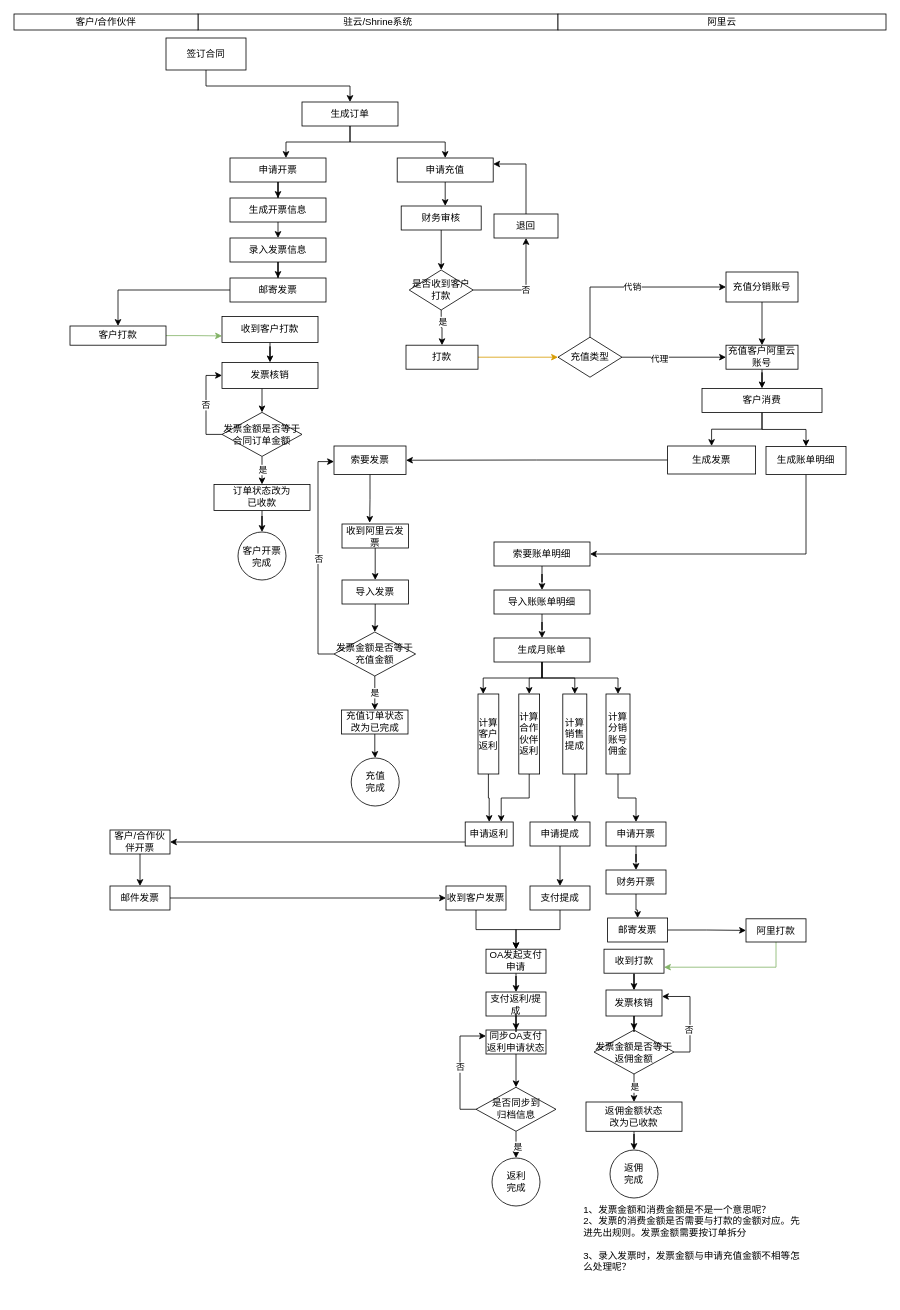
Earlier version of the draw.io diagram shrine-doc/云资源业务流程.drawio (easefulfil/CLOUDCARE). Source tidied: cells renumbered, new cells numbered last; positions are measured from the earlier drawing's top-left corner, leaving out a move shared by most shapes. Both pictures are drawn from the tidied source at 80%, with x=0, y=0 at pixel (14, 14).
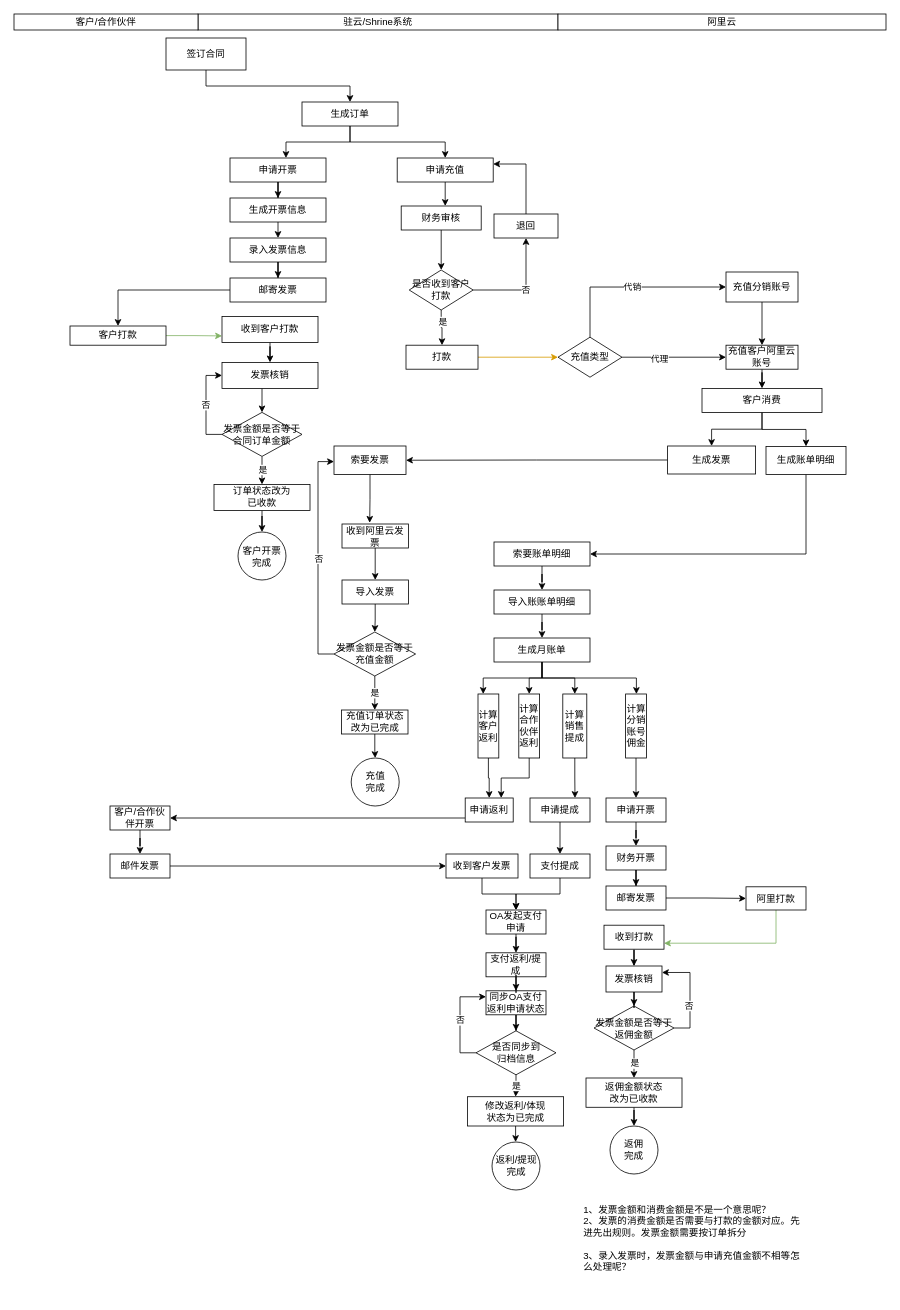
Above is the later version.

Commit message (it also covers changes not shown here):
Update 云资源业务流程.drawio

Change to the diagram source:
```diff
@@
     <mxCell id="48" value="计算分销账号佣金" style="rounded=0;whiteSpace=wrap;html=1;" parent="1" vertex="1">
-      <mxGeometry x="740" y="850" width="30" height="100" as="geometry" />
+      <mxGeometry x="764.5" y="850" width="26" height="80" as="geometry" />
     </mxCell>
@@
     <mxCell id="50" value="计算客户返利" style="rounded=0;whiteSpace=wrap;html=1;" parent="1" vertex="1">
-      <mxGeometry x="580" y="850" width="26" height="100" as="geometry" />
+      <mxGeometry x="580" y="850" width="26" height="80" as="geometry" />
     </mxCell>
@@
     <mxCell id="52" value="计算销售提成" style="rounded=0;whiteSpace=wrap;html=1;" parent="1" vertex="1">
-      <mxGeometry x="686" y="850" width="30" height="100" as="geometry" />
+      <mxGeometry x="686" y="850" width="30" height="80" as="geometry" />
     </mxCell>
@@
-    <mxCell id="54" style="edgeStyle=orthogonalEdgeStyle;rounded=0;jettySize=auto;html=1;entryX=0.5;entryY=0;entryDx=0;entryDy=0;" parent="1" edge="1" target="48">
+    <mxCell id="54" style="edgeStyle=orthogonalEdgeStyle;rounded=0;orthogonalLoop=1;jettySize=auto;html=1;" parent="1" edge="1">
       <mxGeometry relative="1" as="geometry">
         <mxPoint x="660" y="810" as="sourcePoint" />
+        <mxPoint x="778" y="850" as="targetPoint" />
         <Array as="points">
           <mxPoint x="660" y="830" />
-          <mxPoint x="755" y="830" />
+          <mxPoint x="778" y="830" />
         </Array>
       </mxGeometry>
     </mxCell>
@@
     <mxCell id="59" value="计算合作伙伴返利&lt;br&gt;" style="rounded=0;whiteSpace=wrap;html=1;" parent="1" vertex="1">
-      <mxGeometry x="631" y="850" width="26" height="100" as="geometry" />
+      <mxGeometry x="631" y="850" width="26" height="80" as="geometry" />
     </mxCell>
@@
     <mxCell id="61" value="申请开票" style="rounded=0;whiteSpace=wrap;html=1;" parent="1" vertex="1">
-      <mxGeometry x="740" y="1010" width="75" height="30" as="geometry" />
+      <mxGeometry x="740" y="980" width="75" height="30" as="geometry" />
     </mxCell>
     <mxCell id="62" style="edgeStyle=orthogonalEdgeStyle;rounded=0;jettySize=auto;html=1;entryX=1;entryY=0.5;entryDx=0;entryDy=0;" parent="1" edge="1" source="63" target="75">
       <mxGeometry relative="1" as="geometry">
         <Array as="points">
-          <mxPoint x="470" y="1035" />
-          <mxPoint x="470" y="1035" />
+          <mxPoint x="470" y="1005" />
+          <mxPoint x="470" y="1005" />
         </Array>
       </mxGeometry>
     </mxCell>
     <mxCell id="63" value="申请返利" style="rounded=0;whiteSpace=wrap;html=1;" parent="1" vertex="1">
-      <mxGeometry x="564" y="1010" width="60" height="30" as="geometry" />
+      <mxGeometry x="564" y="980" width="60" height="30" as="geometry" />
     </mxCell>
@@
     <mxCell id="65" value="申请提成" style="rounded=0;whiteSpace=wrap;html=1;" parent="1" vertex="1">
-      <mxGeometry x="645" y="1010" width="75" height="30" as="geometry" />
+      <mxGeometry x="645" y="980" width="75" height="30" as="geometry" />
     </mxCell>
@@
     <mxCell id="67" value="财务开票" style="rounded=0;whiteSpace=wrap;html=1;" parent="1" vertex="1">
-      <mxGeometry x="740" y="1070" width="75" height="30" as="geometry" />
+      <mxGeometry x="740" y="1040" width="75" height="30" as="geometry" />
     </mxCell>
@@
     <mxCell id="69" value="邮寄发票" style="rounded=0;whiteSpace=wrap;html=1;" parent="1" vertex="1">
-      <mxGeometry x="742" y="1130" width="75" height="30" as="geometry" />
+      <mxGeometry x="740" y="1090" width="75" height="30" as="geometry" />
     </mxCell>
@@
     <mxCell id="71" value="阿里打款" style="rounded=0;whiteSpace=wrap;html=1;" parent="1" vertex="1">
-      <mxGeometry x="915" y="1131" width="75" height="29" as="geometry" />
+      <mxGeometry x="915" y="1091" width="75" height="29" as="geometry" />
     </mxCell>
@@
     <mxCell id="73" value="收到打款" style="rounded=0;whiteSpace=wrap;html=1;" parent="1" vertex="1">
-      <mxGeometry x="737.5" y="1169" width="75" height="30" as="geometry" />
+      <mxGeometry x="737.5" y="1139" width="75" height="30" as="geometry" />
     </mxCell>
@@
     <mxCell id="75" value="客户/合作伙伴开票" style="rounded=0;whiteSpace=wrap;html=1;" parent="1" vertex="1">
-      <mxGeometry x="120" y="1020" width="75" height="30" as="geometry" />
+      <mxGeometry x="120" y="990" width="75" height="30" as="geometry" />
     </mxCell>
@@
     <mxCell id="77" value="邮件发票" style="rounded=0;whiteSpace=wrap;html=1;" parent="1" vertex="1">
-      <mxGeometry x="120" y="1090" width="75" height="30" as="geometry" />
+      <mxGeometry x="120" y="1050" width="75" height="30" as="geometry" />
     </mxCell>
     <mxCell id="78" value="返佣&lt;br&gt;完成" style="ellipse;whiteSpace=wrap;html=1;" parent="1" vertex="1">
-      <mxGeometry x="745" y="1420" width="60" height="60" as="geometry" />
+      <mxGeometry x="745" y="1390" width="60" height="60" as="geometry" />
     </mxCell>
@@
     <mxCell id="80" value="支付提成" style="rounded=0;whiteSpace=wrap;html=1;" parent="1" vertex="1">
-      <mxGeometry x="645" y="1090" width="75" height="30" as="geometry" />
+      <mxGeometry x="645" y="1050" width="75" height="30" as="geometry" />
     </mxCell>
@@
     <mxCell id="97" value="收到客户发票" style="rounded=0;whiteSpace=wrap;html=1;" parent="1" vertex="1">
-      <mxGeometry x="540" y="1090" width="75" height="30" as="geometry" />
+      <mxGeometry x="540" y="1050" width="90" height="30" as="geometry" />
     </mxCell>
@@
     <mxCell id="99" value="OA发起支付申请" style="rounded=0;whiteSpace=wrap;html=1;" parent="1" vertex="1">
-      <mxGeometry x="590" y="1169" width="75" height="30" as="geometry" />
+      <mxGeometry x="590" y="1120" width="75" height="30" as="geometry" />
     </mxCell>
     <mxCell id="100" value="支付返利/提成" style="rounded=0;whiteSpace=wrap;html=1;" parent="1" vertex="1">
-      <mxGeometry x="590" y="1222.5" width="75" height="30" as="geometry" />
+      <mxGeometry x="590" y="1173.5" width="75" height="30" as="geometry" />
     </mxCell>
-    <mxCell id="101" value="返利&lt;br&gt;完成" style="ellipse;whiteSpace=wrap;html=1;" parent="1" vertex="1">
-      <mxGeometry x="597.5" y="1430" width="60" height="60" as="geometry" />
+    <mxCell id="101" value="返利/提现&lt;br&gt;完成" style="ellipse;whiteSpace=wrap;html=1;" parent="1" vertex="1">
+      <mxGeometry x="597.5" y="1410" width="60" height="60" as="geometry" />
     </mxCell>
@@
     <mxCell id="118" value="发票金额是否等于返佣金额" style="rhombus;whiteSpace=wrap;html=1;" parent="1" vertex="1">
-      <mxGeometry x="725" y="1270" width="100" height="55" as="geometry" />
+      <mxGeometry x="725" y="1240" width="100" height="55" as="geometry" />
     </mxCell>
@@
     <mxCell id="120" value="返佣金额状态&lt;br&gt;改为已收款" style="rounded=0;whiteSpace=wrap;html=1;" parent="1" vertex="1">
-      <mxGeometry x="715" y="1360" width="120" height="36.6" as="geometry" />
+      <mxGeometry x="715" y="1330" width="120" height="36.6" as="geometry" />
     </mxCell>
@@
     <mxCell id="122" value="发票核销" style="rounded=0;whiteSpace=wrap;html=1;" parent="1" vertex="1">
-      <mxGeometry x="740" y="1220" width="70" height="32.5" as="geometry" />
+      <mxGeometry x="740" y="1190" width="70" height="32.5" as="geometry" />
     </mxCell>
@@
-    <mxCell id="125" style="edgeStyle=orthogonalEdgeStyle;rounded=0;jettySize=auto;html=1;" parent="1" edge="1" source="128" target="101">
-      <mxGeometry relative="1" as="geometry" />
-    </mxCell>
+    <mxCell id="127" value="否" style="edgeStyle=orthogonalEdgeStyle;rounded=0;jettySize=auto;html=1;entryX=0;entryY=0.25;entryDx=0;entryDy=0;exitX=0;exitY=0.5;exitDx=0;exitDy=0;" parent="1" edge="1" source="128" target="130">
+      <mxGeometry relative="1" as="geometry" />
+    </mxCell>
-    <mxCell id="126" value="是" style="edgeLabel;html=1;align=center;verticalAlign=middle;" parent="125" vertex="1">
-      <mxGeometry x="0.36" y="2" relative="1" as="geometry" />
+    <mxCell id="126" value="是" style="edgeStyle=orthogonalEdgeStyle;rounded=0;jettySize=auto;html=1;" parent="1" edge="1" source="128" target="133">
+      <mxGeometry relative="1" as="geometry" />
     </mxCell>
-    <mxCell id="127" value="否" style="edgeStyle=orthogonalEdgeStyle;rounded=0;jettySize=auto;html=1;entryX=0;entryY=0.25;entryDx=0;entryDy=0;exitX=0;exitY=0.5;exitDx=0;exitDy=0;" parent="1" edge="1" source="128" target="130">
-      <mxGeometry relative="1" as="geometry" />
-    </mxCell>
     <mxCell id="128" value="是否同步到&lt;br&gt;归档信息" style="rhombus;whiteSpace=wrap;html=1;" parent="1" vertex="1">
-      <mxGeometry x="577.5" y="1341.6" width="100" height="55" as="geometry" />
+      <mxGeometry x="577.5" y="1271" width="100" height="55" as="geometry" />
     </mxCell>
@@
     <mxCell id="130" value="同步OA支付返利申请状态" style="rounded=0;whiteSpace=wrap;html=1;" parent="1" vertex="1">
-      <mxGeometry x="590" y="1270" width="75" height="30" as="geometry" />
+      <mxGeometry x="590" y="1221" width="75" height="30" as="geometry" />
     </mxCell>
@@
+    <mxCell id="132" style="edgeStyle=orthogonalEdgeStyle;rounded=0;jettySize=auto;html=1;" parent="1" edge="1" source="133" target="101">
+      <mxGeometry relative="1" as="geometry" />
+    </mxCell>
+    <mxCell id="133" value="修改返利/体现&lt;br&gt;状态为已完成" style="rounded=0;whiteSpace=wrap;html=1;" parent="1" vertex="1">
+      <mxGeometry x="567" y="1353.4" width="120" height="36.6" as="geometry" />
+    </mxCell>
```
